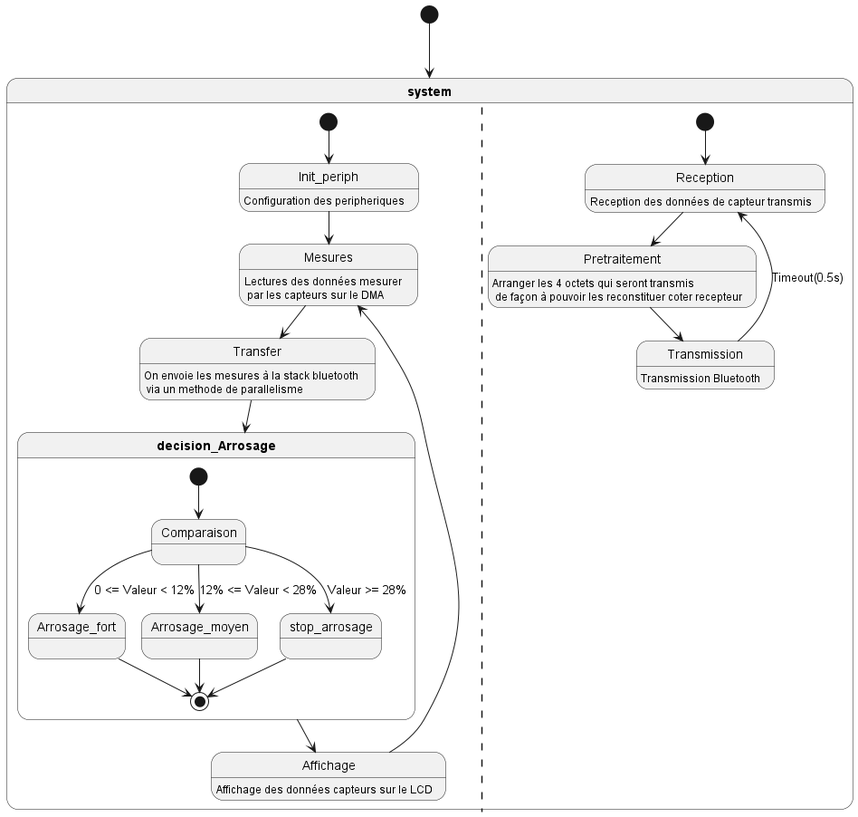
dibreyjonatan/STM32_2026_G14 keeps this PlantUML diagram as Rapport/Machine_etat/system.png. Above is the earlier version.
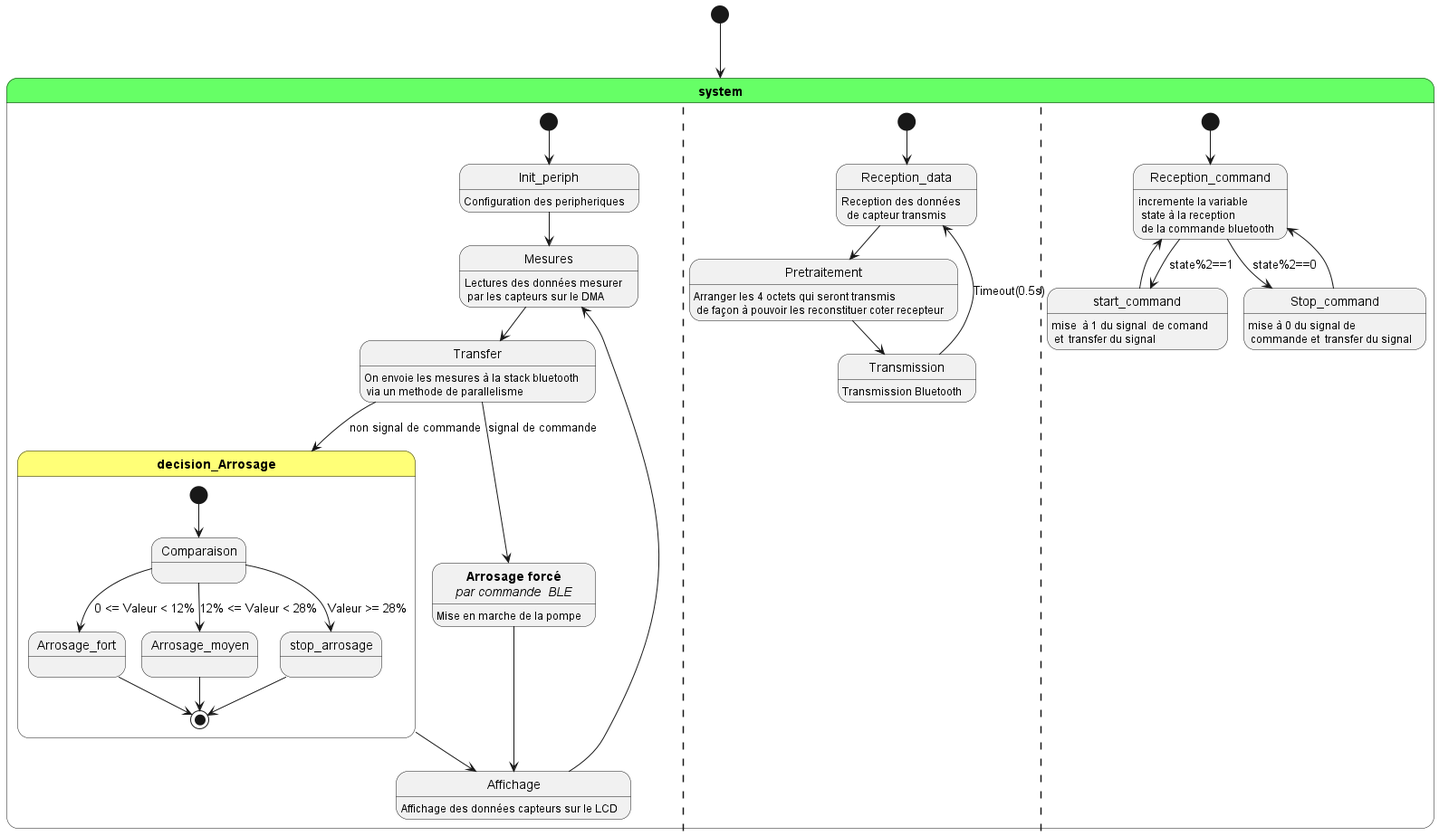
After the commit.

What changed in the source:
```diff
@@ -2,7 +2,7 @@
 
 state "<b>system</b>" as system
 [*] --> system
-state system{
+state system #66FF66{
  state Init_periph : Configuration des peripheriques
  state Mesures : Lectures des données mesurer \n par les capteurs sur le DMA
  state Affichage : Affichage des données capteurs sur le LCD
@@ -11,8 +11,8 @@
  [*] --> Init_periph
  Init_periph --> Mesures
  Mesures --> Transfer
- Transfer --> decision_Arrosage
- state "<b>decision_Arrosage</b>" as decision_Arrosage {
+ Transfer --> decision_Arrosage : non signal de commande
+ state "<b>decision_Arrosage</b>" as decision_Arrosage #FFFF77{
  [*] --> Comparaison
  Comparaison --> Arrosage_fort : 0 <= Valeur < 12%
  Comparaison --> Arrosage_moyen : 12% <= Valeur < 28%
@@ -22,20 +22,32 @@
  Arrosage_moyen --> [*]
  stop_arrosage --> [*]
  }
-
+ state "<b>Arrosage forcé</b>\n <I> par commande  BLE </I> " as Arrosage_forcé : Mise en marche de la pompe
+ Transfer --> Arrosage_forcé : signal de commande
+ Arrosage_forcé -->  Affichage
  decision_Arrosage --> Affichage
  Affichage --> Mesures
 
  ||
- state Reception : Reception des données de capteur transmis
+ state Reception_data : Reception des données \n  de capteur transmis
  state Transmission : Transmission Bluetooth
  state Pretraitement : Arranger les 4 octets qui seront transmis \n de façon à pouvoir les reconstituer coter recepteur
 
- [*] --> Reception
- Reception --> Pretraitement
+ [*] --> Reception_data
+ Reception_data --> Pretraitement
  Pretraitement --> Transmission
- Transmission --> Reception : Timeout(0.5s)
+ Transmission --> Reception_data : Timeout(0.5s)
 
+
+ ||
+ state Reception_command : incremente la variable \n state à la reception \n de la commande bluetooth
+ state start_command : mise  à 1 du signal  de comand  \n et  transfer du signal
+ state Stop_command : mise à 0 du signal de \n commande et  transfer du signal
+ [*] --> Reception_command
+ Reception_command --> start_command : state%2==1
+ Reception_command --> Stop_command : state%2==0
+ start_command -left-> Reception_command
+ Stop_command -right-> Reception_command
 }
 
 @enduml
```
